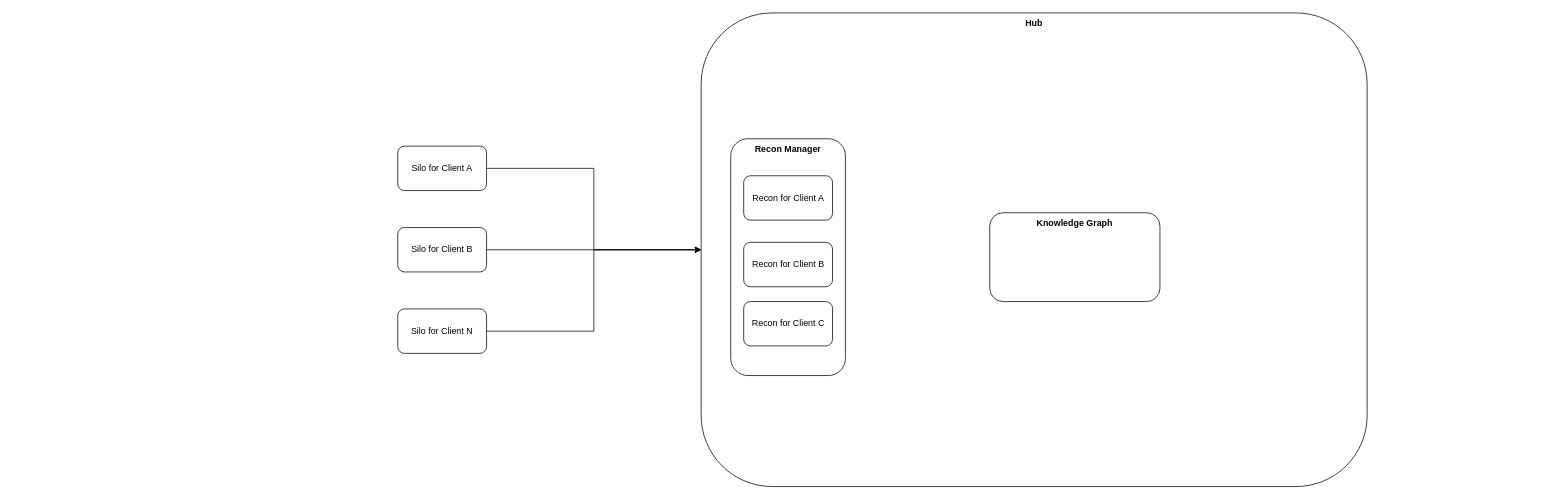
This is threathunter.drawio from endepointe/threathunter, a draw.io file, before an edit. Source tidied: cells renumbered, new cells numbered last; positions are measured from the earlier drawing's top-left corner, leaving out a move shared by most shapes. Both pictures are drawn from the tidied source at 74%, with x=0, y=0 at pixel (397, 13).
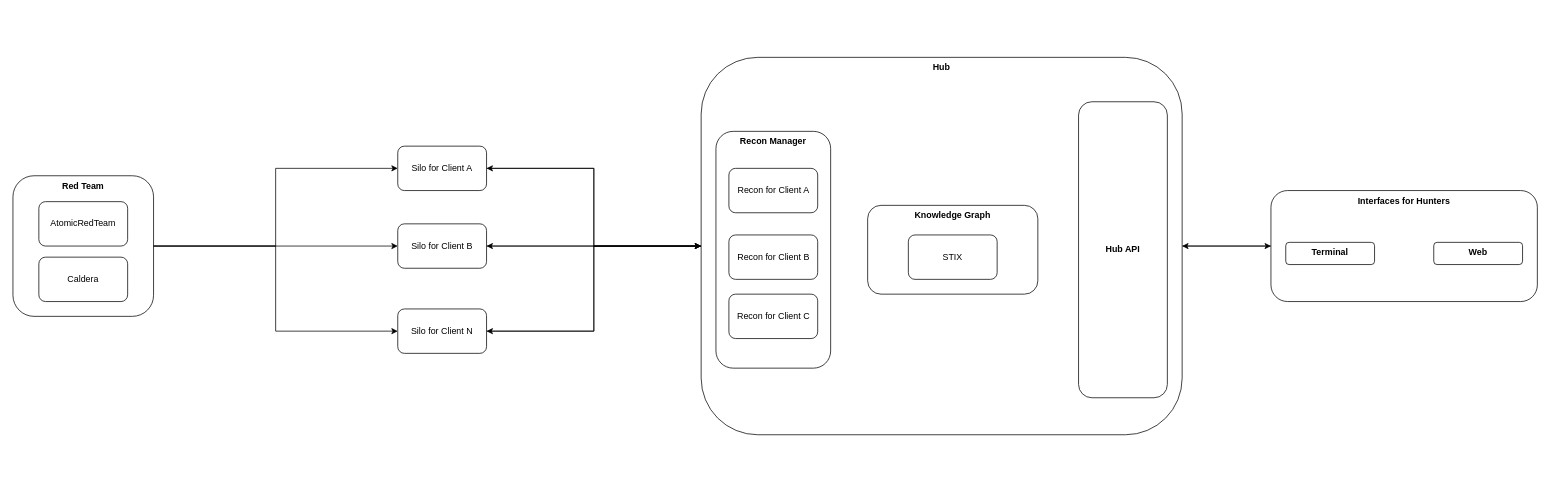
After the change.

Commit message (it also covers changes not shown here):
created mermaid diagram for arch

Unchanged cells that the change refers to:
```xml
<mxCell id="3" value="Silo for Client A" style="rounded=1;whiteSpace=wrap;html=1;" parent="1" vertex="1">
  <mxGeometry y="180" width="120" height="60" as="geometry" />
</mxCell>
<mxCell id="7" value="Silo for Client N" style="rounded=1;whiteSpace=wrap;html=1;" parent="1" vertex="1">
  <mxGeometry y="400" width="120" height="60" as="geometry" />
</mxCell>
```

The edit, as a diff of the source:
```diff
@@
     <mxCell id="5" value="Silo for Client B" style="rounded=1;whiteSpace=wrap;html=1;" parent="1" vertex="1">
-      <mxGeometry y="290" width="120" height="60" as="geometry" />
+      <mxGeometry y="285" width="120" height="60" as="geometry" />
     </mxCell>
@@
+    <mxCell id="15" style="edgeStyle=orthogonalEdgeStyle;rounded=0;jettySize=auto;html=1;entryX=0;entryY=0.5;entryDx=0;entryDy=0;" parent="1" edge="1" source="8" target="22">
+      <mxGeometry relative="1" as="geometry" />
+    </mxCell>
+    <mxCell id="16" style="edgeStyle=orthogonalEdgeStyle;rounded=0;jettySize=auto;html=1;entryX=1;entryY=0.5;entryDx=0;entryDy=0;" parent="1" edge="1" source="8" target="5">
+      <mxGeometry relative="1" as="geometry" />
+    </mxCell>
+    <mxCell id="17" style="edgeStyle=orthogonalEdgeStyle;rounded=0;jettySize=auto;html=1;entryX=1;entryY=0.5;entryDx=0;entryDy=0;" parent="1" edge="1" source="8" target="3">
+      <mxGeometry relative="1" as="geometry" />
+    </mxCell>
+    <mxCell id="18" style="edgeStyle=orthogonalEdgeStyle;rounded=0;jettySize=auto;html=1;entryX=1;entryY=0.5;entryDx=0;entryDy=0;" parent="1" edge="1" source="8" target="7">
+      <mxGeometry relative="1" as="geometry" />
+    </mxCell>
     <mxCell id="8" value="&lt;b&gt;Hub&lt;/b&gt;" style="rounded=1;whiteSpace=wrap;html=1;verticalAlign=top;" parent="1" vertex="1">
-      <mxGeometry x="410" width="900" height="640" as="geometry" />
+      <mxGeometry x="410" y="60" width="650" height="510" as="geometry" />
     </mxCell>
-    <mxCell id="9" value="&lt;b&gt;Knowledge Graph&lt;/b&gt;" style="rounded=1;whiteSpace=wrap;html=1;verticalAlign=top;" parent="1" vertex="1">
-      <mxGeometry x="800" y="270" width="230" height="120" as="geometry" />
-    </mxCell>
     <mxCell id="10" style="group;" parent="1" vertex="1">
-      <mxGeometry x="450" y="170" width="155" height="320" as="geometry" />
+      <mxGeometry x="430" y="160" width="155" height="320" as="geometry" />
     </mxCell>
@@
+    <mxCell id="19" style="group;" parent="1" vertex="1">
+      <mxGeometry x="635" y="260" width="230" height="120" as="geometry" />
+    </mxCell>
+    <mxCell id="9" value="&lt;b&gt;Knowledge Graph&lt;/b&gt;" style="rounded=1;whiteSpace=wrap;html=1;verticalAlign=top;" parent="19" vertex="1">
+      <mxGeometry width="230" height="120" as="geometry" />
+    </mxCell>
+    <mxCell id="20" value="STIX" style="rounded=1;whiteSpace=wrap;html=1;" parent="19" vertex="1">
+      <mxGeometry x="55" y="40" width="120" height="60" as="geometry" />
+    </mxCell>
+    <mxCell id="21" style="group;" parent="1" vertex="1">
+      <mxGeometry x="1180" y="240" width="360" height="150" as="geometry" />
+    </mxCell>
+    <mxCell id="22" value="Interfaces for Hunters" style="rounded=1;whiteSpace=wrap;html=1;verticalAlign=top;fontStyle=1;" parent="21" vertex="1">
+      <mxGeometry width="360" height="150" as="geometry" />
+    </mxCell>
+    <mxCell id="23" value="Terminal" style="rounded=1;whiteSpace=wrap;html=1;verticalAlign=top;fontStyle=1;" parent="21" vertex="1">
+      <mxGeometry x="20" y="70" width="120" height="30" as="geometry" />
+    </mxCell>
+    <mxCell id="24" value="Web" style="rounded=1;whiteSpace=wrap;html=1;verticalAlign=top;fontStyle=1;" parent="21" vertex="1">
+      <mxGeometry x="220" y="70" width="120" height="30" as="geometry" />
+    </mxCell>
+    <mxCell id="25" value="&lt;b&gt;Hub API&lt;/b&gt;" style="rounded=1;whiteSpace=wrap;html=1;" parent="1" vertex="1">
+      <mxGeometry x="920" y="120" width="120" height="400" as="geometry" />
+    </mxCell>
+    <mxCell id="26" style="edgeStyle=orthogonalEdgeStyle;rounded=0;jettySize=auto;html=1;entryX=1;entryY=0.5;entryDx=0;entryDy=0;" parent="1" edge="1" source="22" target="8">
+      <mxGeometry relative="1" as="geometry" />
+    </mxCell>
+    <mxCell id="27" style="group;" parent="1" vertex="1">
+      <mxGeometry x="-520" y="220" width="190" height="190" as="geometry" />
+    </mxCell>
+    <mxCell id="28" value="Red Team" style="rounded=1;whiteSpace=wrap;html=1;verticalAlign=top;fontStyle=1;" parent="27" vertex="1">
+      <mxGeometry width="190" height="190" as="geometry" />
+    </mxCell>
+    <mxCell id="29" value="AtomicRedTeam" style="rounded=1;whiteSpace=wrap;html=1;" parent="27" vertex="1">
+      <mxGeometry x="35" y="35" width="120" height="60" as="geometry" />
+    </mxCell>
+    <mxCell id="30" value="Caldera" style="rounded=1;whiteSpace=wrap;html=1;" parent="27" vertex="1">
+      <mxGeometry x="35" y="110" width="120" height="60" as="geometry" />
+    </mxCell>
+    <mxCell id="31" style="edgeStyle=orthogonalEdgeStyle;rounded=0;jettySize=auto;html=1;entryX=0;entryY=0.5;entryDx=0;entryDy=0;" parent="1" edge="1" source="28" target="3">
+      <mxGeometry relative="1" as="geometry" />
+    </mxCell>
+    <mxCell id="32" style="edgeStyle=orthogonalEdgeStyle;rounded=0;jettySize=auto;html=1;entryX=0;entryY=0.5;entryDx=0;entryDy=0;" parent="1" edge="1" source="28" target="5">
+      <mxGeometry relative="1" as="geometry" />
+    </mxCell>
+    <mxCell id="33" style="edgeStyle=orthogonalEdgeStyle;rounded=0;jettySize=auto;html=1;entryX=0;entryY=0.5;entryDx=0;entryDy=0;" parent="1" edge="1" source="28" target="7">
+      <mxGeometry relative="1" as="geometry" />
+    </mxCell>
```
